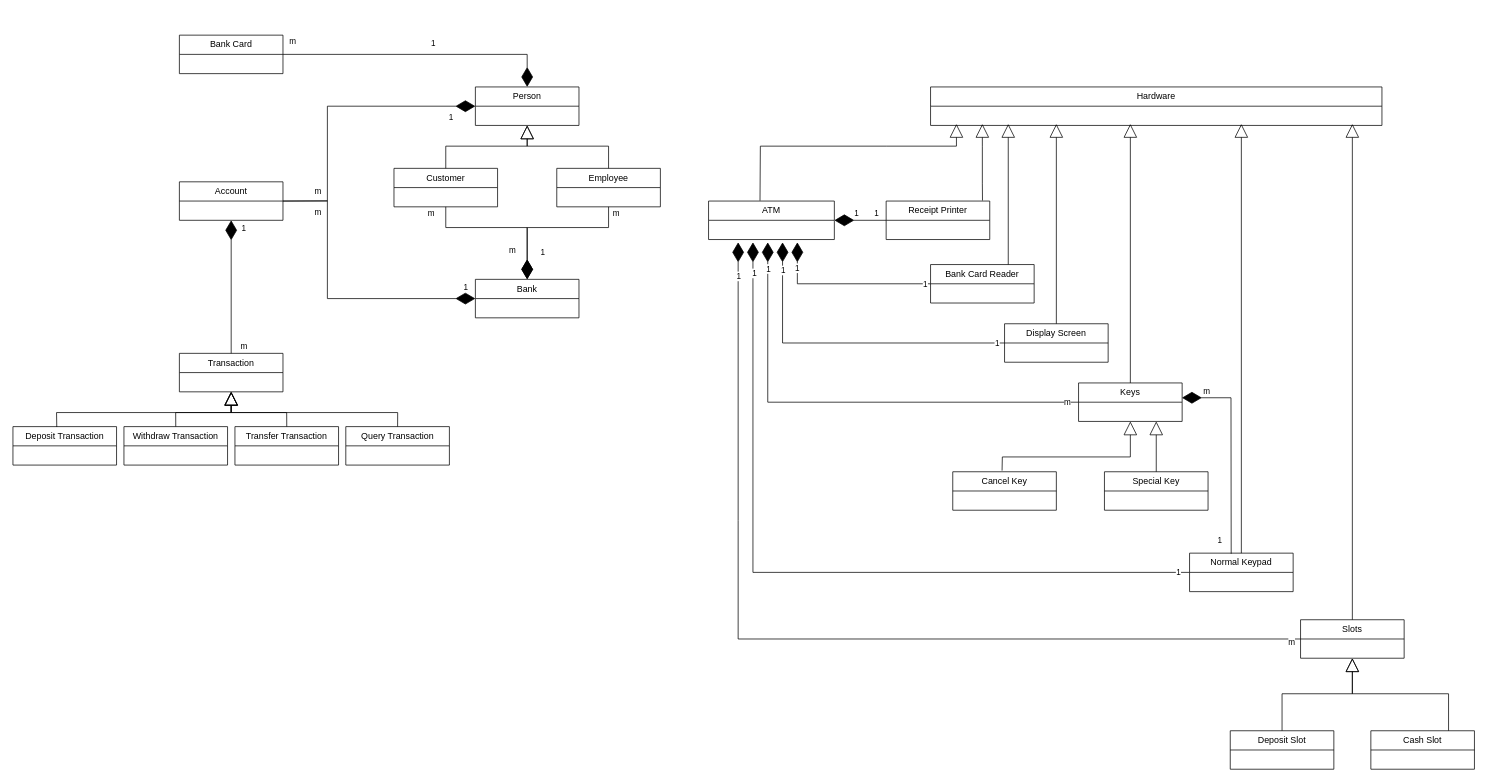
The draw.io diagram Untitled Diagram.drawio in Lodennn/drawing-editor-uml, before the edit. Source tidied: cells renumbered, new cells numbered last; positions are measured from the earlier drawing's top-left corner, leaving out a move shared by most shapes. Both pictures are drawn from the tidied source at 74%, with x=0, y=0 at pixel (13, 13).
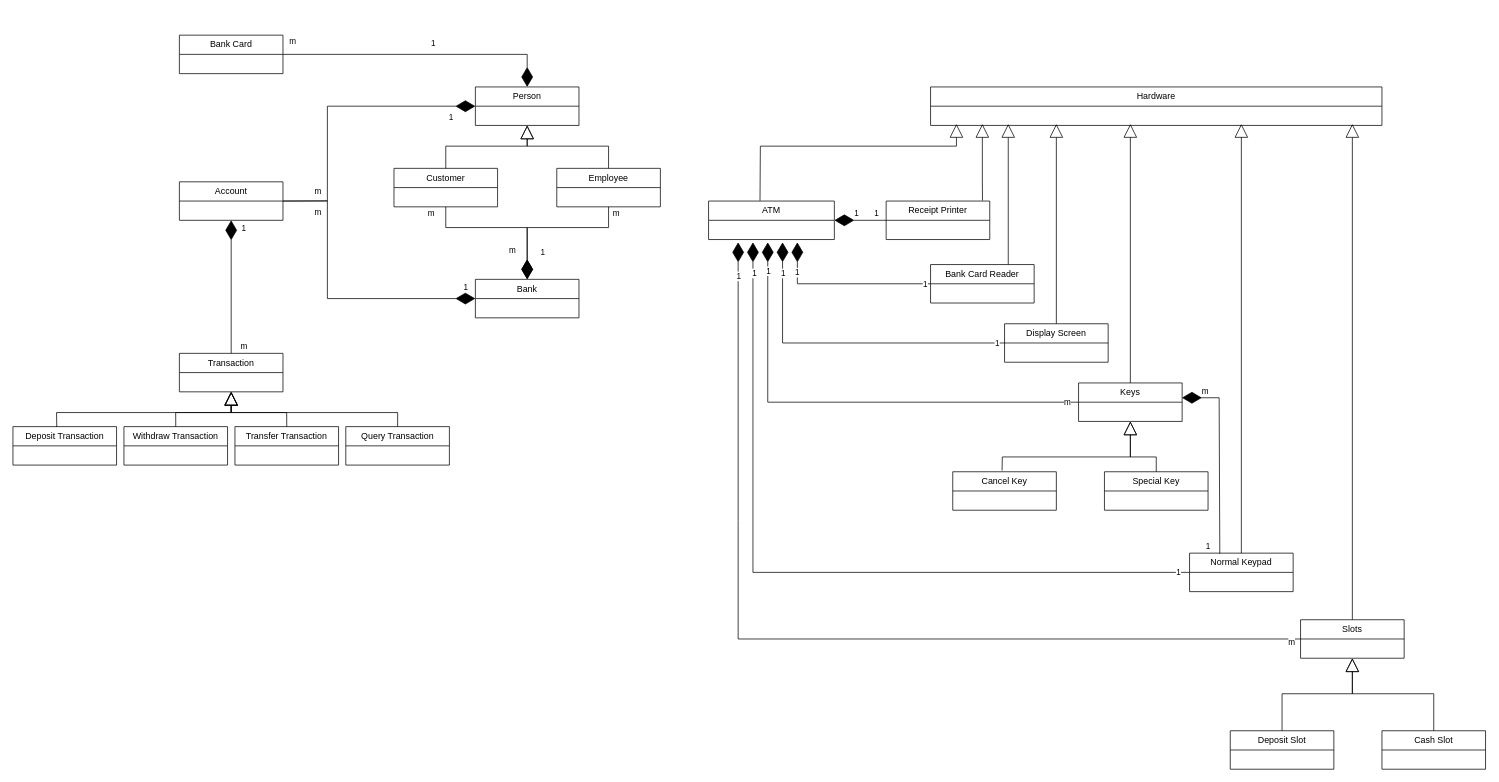
Above is the later version.

The change refers to these unchanged cells:
```xml
<mxCell id="15" value="Slots" style="swimlane;fontStyle=0;horizontal=1;startSize=26;fillColor=none;whiteSpace=wrap;html=1;" parent="1" vertex="1">
  <mxGeometry x="1740" y="820" width="140" height="52" as="geometry" />
</mxCell>
<mxCell id="18" value="Keys" style="swimlane;fontStyle=0;horizontal=1;startSize=26;fillColor=none;whiteSpace=wrap;html=1;" parent="1" vertex="1">
  <mxGeometry x="1440" y="500" width="140" height="52" as="geometry" />
</mxCell>
<mxCell id="30" value="Special Key" style="swimlane;fontStyle=0;horizontal=1;startSize=26;fillColor=none;whiteSpace=wrap;html=1;" parent="1" vertex="1">
  <mxGeometry x="1475" y="620" width="140" height="52" as="geometry" />
</mxCell>
<mxCell id="31" value="Normal Keypad" style="swimlane;fontStyle=0;horizontal=1;startSize=26;fillColor=none;whiteSpace=wrap;html=1;" parent="1" vertex="1">
  <mxGeometry x="1590" y="730" width="140" height="52" as="geometry" />
</mxCell>
<mxCell id="35" style="endArrow=diamondThin;endFill=1;endSize=24;html=1;rounded=0;exitX=0;exitY=0.5;exitDx=0;exitDy=0;" parent="1" edge="1" source="17">
  <mxGeometry relative="1" as="geometry">
    <mxPoint x="1060" y="310" as="targetPoint" />
    <Array as="points">
      <mxPoint x="1060" y="366" />
    </Array>
  </mxGeometry>
</mxCell>
<mxCell id="38" style="endArrow=diamondThin;endFill=1;endSize=24;html=1;rounded=0;exitX=0;exitY=0.5;exitDx=0;exitDy=0;" parent="1" edge="1" source="16">
  <mxGeometry relative="1" as="geometry">
    <mxPoint x="1040" y="310" as="targetPoint" />
    <Array as="points">
      <mxPoint x="1040" y="446" />
    </Array>
  </mxGeometry>
</mxCell>
<mxCell id="41" style="endArrow=diamondThin;endFill=1;endSize=24;html=1;rounded=0;exitX=0;exitY=0.5;exitDx=0;exitDy=0;" parent="1" edge="1" source="18">
  <mxGeometry relative="1" as="geometry">
    <mxPoint x="1020" y="310" as="targetPoint" />
    <Array as="points">
      <mxPoint x="1020" y="526" />
    </Array>
  </mxGeometry>
</mxCell>
```

Change to the diagram source:
```diff
@@
     <mxCell id="28" value="Cash Slot" style="swimlane;fontStyle=0;horizontal=1;startSize=26;fillColor=none;whiteSpace=wrap;html=1;" parent="1" vertex="1">
-      <mxGeometry x="1835" y="970" width="140" height="52" as="geometry" />
+      <mxGeometry x="1850" y="970" width="140" height="52" as="geometry" />
     </mxCell>
@@
     <mxCell id="36" value="1" style="edgeLabel;html=1;align=center;verticalAlign=middle;" parent="35" vertex="1">
-      <mxGeometry x="0.71" y="1" relative="1" as="geometry" />
+      <mxGeometry x="0.71" y="1" relative="1" as="geometry">
+        <mxPoint y="6" as="offset" />
+      </mxGeometry>
     </mxCell>
@@
     <mxCell id="39" value="1" style="edgeLabel;html=1;align=center;verticalAlign=middle;" parent="38" vertex="1">
-      <mxGeometry x="0.83" relative="1" as="geometry" />
+      <mxGeometry x="0.83" relative="1" as="geometry">
+        <mxPoint y="4" as="offset" />
+      </mxGeometry>
     </mxCell>
@@
     <mxCell id="42" value="1" style="edgeLabel;html=1;align=center;verticalAlign=middle;" parent="41" vertex="1">
-      <mxGeometry x="0.89" relative="1" as="geometry" />
+      <mxGeometry x="0.89" relative="1" as="geometry">
+        <mxPoint y="3" as="offset" />
+      </mxGeometry>
     </mxCell>
@@
-    <mxCell id="51" style="endArrow=block;endSize=16;endFill=0;html=1;rounded=0;exitX=0.75;exitY=0;exitDx=0;exitDy=0;entryX=0.5;entryY=1;entryDx=0;entryDy=0;" parent="1" edge="1" source="28" target="15">
+    <mxCell id="51" style="endArrow=block;endSize=16;endFill=0;html=1;rounded=0;exitX=0.5;exitY=0;exitDx=0;exitDy=0;entryX=0.5;entryY=1;entryDx=0;entryDy=0;" parent="1" edge="1" source="28" target="15">
       <mxGeometry relative="1" as="geometry">
         <Array as="points">
-          <mxPoint x="1940" y="920" />
+          <mxPoint x="1920" y="920" />
           <mxPoint x="1810" y="920" />
         </Array>
       </mxGeometry>
     </mxCell>
@@
-    <mxCell id="53" style="endArrow=block;endSize=16;endFill=0;html=1;rounded=0;exitX=0.5;exitY=0;exitDx=0;exitDy=0;entryX=0.75;entryY=1;entryDx=0;entryDy=0;" parent="1" edge="1" source="30" target="18">
-      <mxGeometry relative="1" as="geometry" />
+    <mxCell id="53" style="endArrow=block;endSize=16;endFill=0;html=1;rounded=0;exitX=0.5;exitY=0;exitDx=0;exitDy=0;entryX=0.5;entryY=1;entryDx=0;entryDy=0;" parent="1" edge="1" source="30" target="18">
+      <mxGeometry relative="1" as="geometry">
+        <Array as="points">
+          <mxPoint x="1545" y="600" />
+          <mxPoint x="1510" y="600" />
+        </Array>
+      </mxGeometry>
     </mxCell>
@@
-    <mxCell id="55" style="endArrow=diamondThin;endFill=1;endSize=24;html=1;rounded=0;exitX=0.402;exitY=0.016;exitDx=0;exitDy=0;exitPerimeter=0;entryX=0.998;entryY=0.385;entryDx=0;entryDy=0;entryPerimeter=0;" parent="1" edge="1" source="31" target="18">
+    <mxCell id="55" style="endArrow=diamondThin;endFill=1;endSize=24;html=1;rounded=0;exitX=0.292;exitY=0.015;exitDx=0;exitDy=0;exitPerimeter=0;entryX=0.998;entryY=0.385;entryDx=0;entryDy=0;entryPerimeter=0;" parent="1" edge="1" source="31" target="18">
       <mxGeometry relative="1" as="geometry">
         <Array as="points">
-          <mxPoint x="1646" y="520" />
+          <mxPoint x="1630" y="520" />
         </Array>
       </mxGeometry>
     </mxCell>
@@
     <mxCell id="57" value="1" style="edgeLabel;html=1;align=center;verticalAlign=middle;" parent="55" vertex="1">
       <mxGeometry x="-0.87" y="2" relative="1" as="geometry">
-        <mxPoint x="-14" as="offset" />
+        <mxPoint x="-14" y="7" as="offset" />
       </mxGeometry>
     </mxCell>
```
